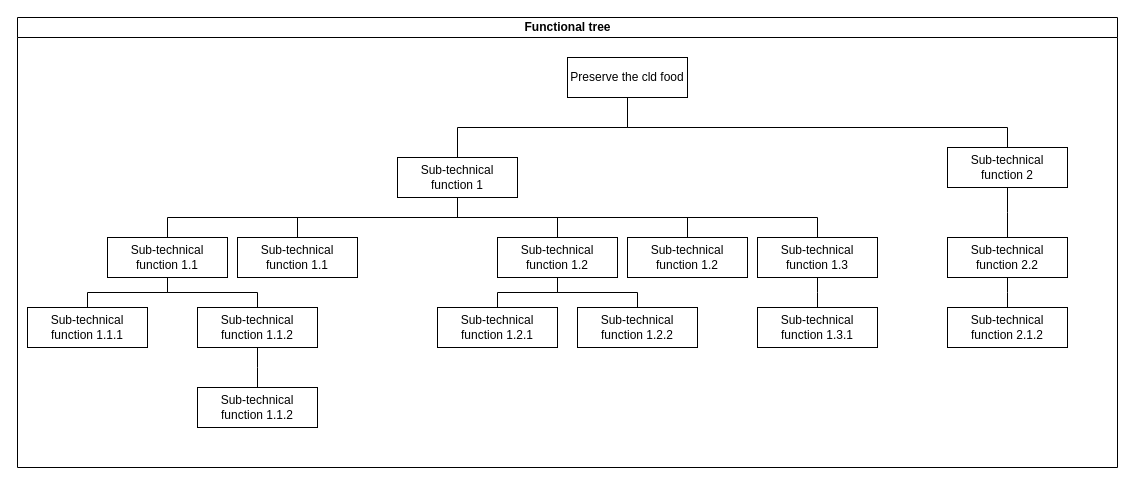
Above: Functional tree for template.drawio in amerezoji1362/drawio-github (draw.io), before the change. Source tidied: cells renumbered, new cells numbered last; positions are measured from the earlier drawing's top-left corner, leaving out a move shared by most shapes. Both pictures are drawn from the tidied source at 100%, with x=0, y=0 at pixel (17, 17).
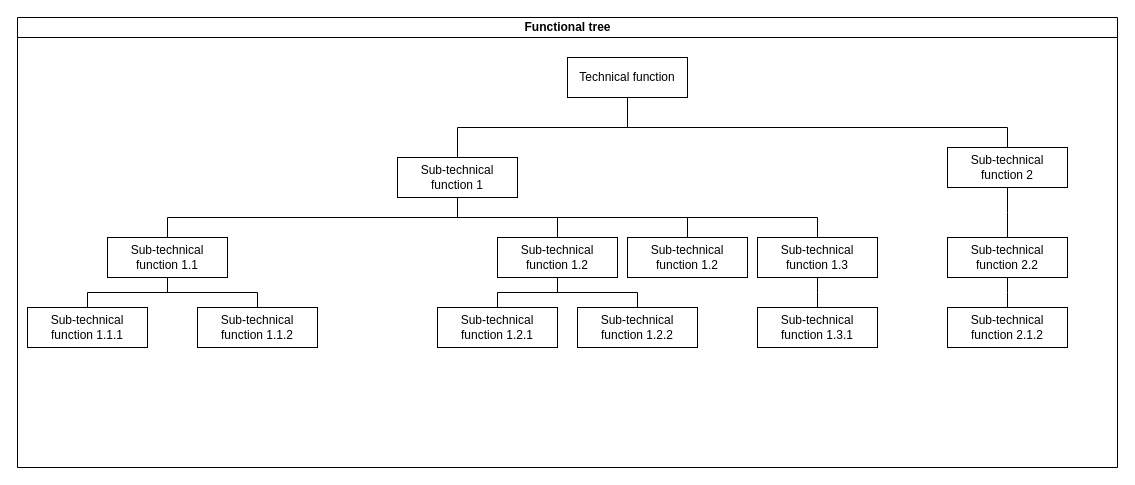
Above is the later version.

Unchanged cells that the change refers to:
```xml
<mxCell id="2" value="Functional tree" style="swimlane;html=1;startSize=20;horizontal=1;containerType=tree;" parent="1" vertex="1">
  <mxGeometry width="1100" height="450" as="geometry" />
</mxCell>
<mxCell id="5" value="Sub-technical function 1" style="whiteSpace=wrap;html=1;newEdgeStyle={&quot;edgeStyle&quot;:&quot;elbowEdgeStyle&quot;,&quot;startArrow&quot;:&quot;none&quot;,&quot;endArrow&quot;:&quot;none&quot;};" parent="2" vertex="1">
  <mxGeometry x="380" y="140" width="120" height="40" as="geometry" />
</mxCell>
<mxCell id="19" value="Sub-technical function 1.1.2" style="whiteSpace=wrap;html=1;newEdgeStyle={&quot;edgeStyle&quot;:&quot;elbowEdgeStyle&quot;,&quot;startArrow&quot;:&quot;none&quot;,&quot;endArrow&quot;:&quot;none&quot;};" parent="2" vertex="1">
  <mxGeometry x="180" y="290" width="120" height="40" as="geometry" />
</mxCell>
```

What changed in the source:
```diff
@@
-    <mxCell id="4" value="Preserve the cld food" style="whiteSpace=wrap;html=1;newEdgeStyle={&quot;edgeStyle&quot;:&quot;elbowEdgeStyle&quot;,&quot;startArrow&quot;:&quot;none&quot;,&quot;endArrow&quot;:&quot;none&quot;};" parent="2" vertex="1">
+    <mxCell id="4" value="Technical function " style="whiteSpace=wrap;html=1;newEdgeStyle={&quot;edgeStyle&quot;:&quot;elbowEdgeStyle&quot;,&quot;startArrow&quot;:&quot;none&quot;,&quot;endArrow&quot;:&quot;none&quot;};" parent="2" vertex="1">
       <mxGeometry x="550" y="40" width="120" height="40" as="geometry" />
     </mxCell>
@@
-    <mxCell id="30" style="edgeStyle=elbowEdgeStyle;elbow=vertical;startArrow=none;endArrow=none;rounded=0;" parent="2" edge="1" source="5" target="31">
-      <mxGeometry relative="1" as="geometry" />
-    </mxCell>
-    <mxCell id="31" value="Sub-technical function 1.1" style="whiteSpace=wrap;html=1;newEdgeStyle={&quot;edgeStyle&quot;:&quot;elbowEdgeStyle&quot;,&quot;startArrow&quot;:&quot;none&quot;,&quot;endArrow&quot;:&quot;none&quot;};" parent="2" vertex="1">
-      <mxGeometry x="220" y="220" width="120" height="40" as="geometry" />
-    </mxCell>
-    <mxCell id="32" style="edgeStyle=elbowEdgeStyle;elbow=vertical;startArrow=none;endArrow=none;rounded=0;" parent="2" edge="1" source="19" target="33">
-      <mxGeometry relative="1" as="geometry" />
-    </mxCell>
-    <mxCell id="33" value="Sub-technical function 1.1.2" style="whiteSpace=wrap;html=1;newEdgeStyle={&quot;edgeStyle&quot;:&quot;elbowEdgeStyle&quot;,&quot;startArrow&quot;:&quot;none&quot;,&quot;endArrow&quot;:&quot;none&quot;};" parent="2" vertex="1">
-      <mxGeometry x="180" y="370" width="120" height="40" as="geometry" />
-    </mxCell>
```
